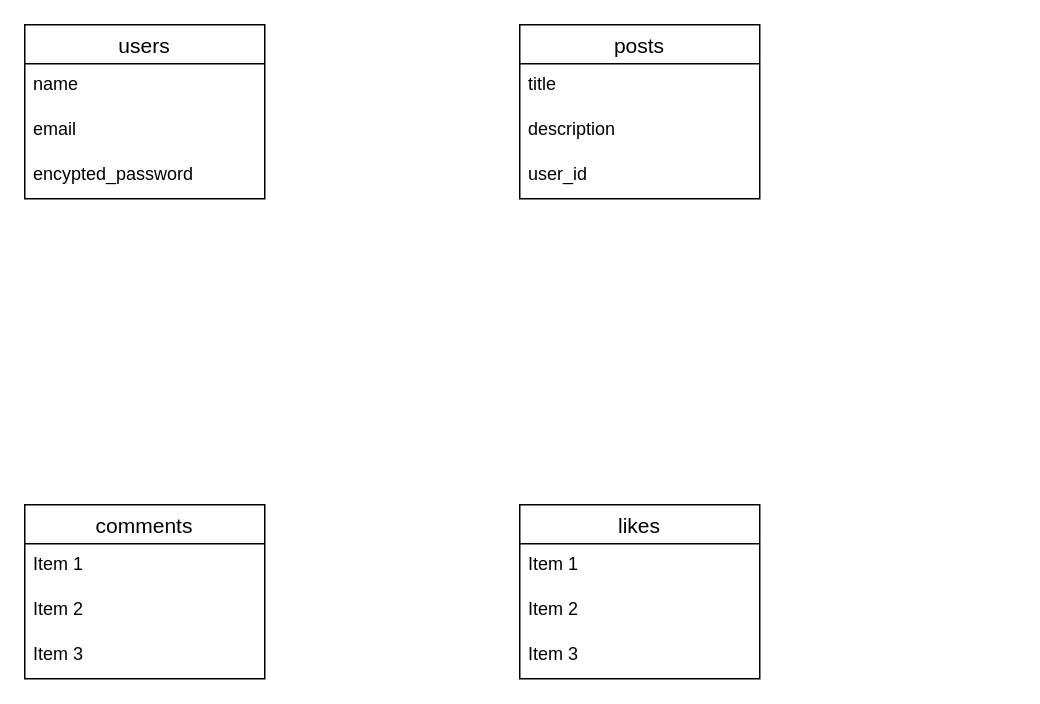
Before: column_check.dio in hayato-lang/column-check, a draw.io diagram. Source tidied: cells renumbered, new cells numbered last; positions are measured from the earlier drawing's top-left corner, leaving out a move shared by most shapes. Both pictures are drawn from the tidied source at 150%, with x=0, y=0 at pixel (24, 24).
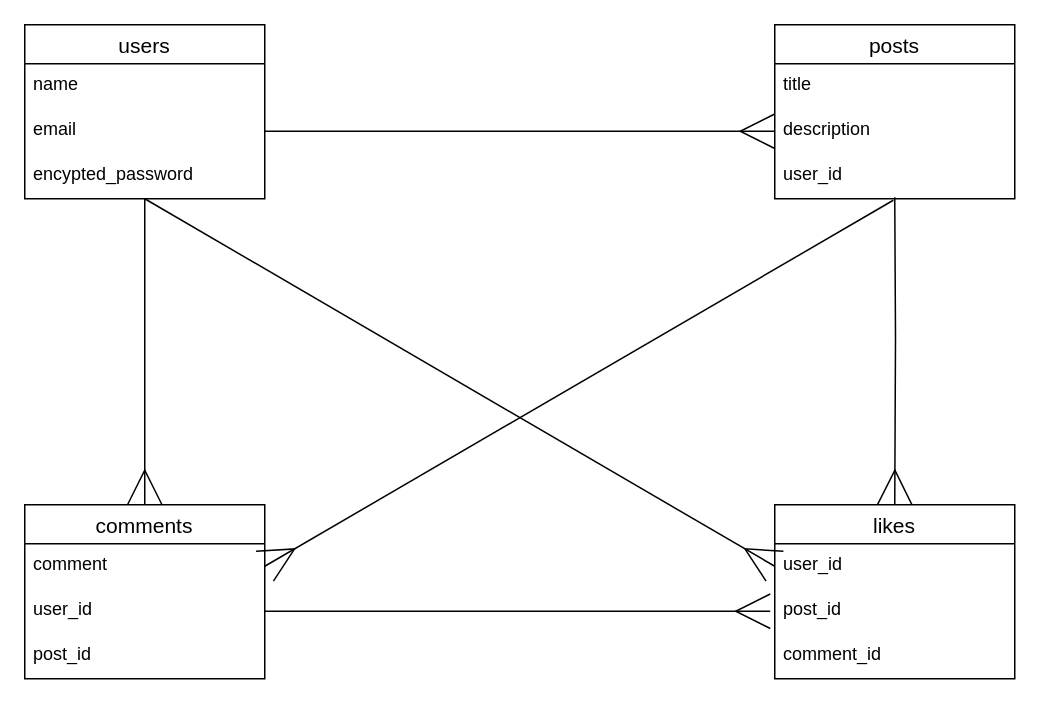
The same page after the edit.

Unchanged cells that the change refers to:
```xml
<mxCell id="6" value="comments" style="swimlane;fontStyle=0;horizontal=1;startSize=26;align=center;fontSize=14;" parent="1" vertex="1">
  <mxGeometry y="320" width="160" height="116" as="geometry" />
</mxCell>
<mxCell id="12" value="description" style="text;strokeColor=none;fillColor=none;spacingLeft=4;spacingRight=4;overflow=hidden;points=[[0,0.5],[1,0.5]];portConstraint=eastwest;fontSize=12;" parent="10" vertex="1">
  <mxGeometry y="56" width="160" height="30" as="geometry" />
</mxCell>
<mxCell id="13" value="user_id" style="text;strokeColor=none;fillColor=none;spacingLeft=4;spacingRight=4;overflow=hidden;points=[[0,0.5],[1,0.5]];portConstraint=eastwest;fontSize=12;" parent="10" vertex="1">
  <mxGeometry y="86" width="160" height="30" as="geometry" />
</mxCell>
<mxCell id="14" value="users" style="swimlane;fontStyle=0;horizontal=1;startSize=26;align=center;fontSize=14;" parent="1" vertex="1">
  <mxGeometry width="160" height="116" as="geometry" />
</mxCell>
<mxCell id="16" value="email" style="text;strokeColor=none;fillColor=none;spacingLeft=4;spacingRight=4;overflow=hidden;points=[[0,0.5],[1,0.5]];portConstraint=eastwest;fontSize=12;" parent="14" vertex="1">
  <mxGeometry y="56" width="160" height="30" as="geometry" />
</mxCell>
<mxCell id="17" value="encypted_password" style="text;strokeColor=none;fillColor=none;spacingLeft=4;spacingRight=4;overflow=hidden;points=[[0,0.5],[1,0.5]];portConstraint=eastwest;fontSize=12;" parent="14" vertex="1">
  <mxGeometry y="86" width="160" height="30" as="geometry" />
</mxCell>
```

The edit, as a diff of the source:
```diff
@@
+    <mxCell id="18" style="edgeStyle=orthogonalEdgeStyle;rounded=0;jettySize=auto;html=1;entryX=0.5;entryY=0;entryDx=0;entryDy=0;endArrow=ERmany;endFill=0;endSize=21;" parent="1" edge="1" target="2">
+      <mxGeometry relative="1" as="geometry">
+        <mxPoint x="580" y="115" as="sourcePoint" />
+      </mxGeometry>
+    </mxCell>
     <mxCell id="2" value="likes" style="swimlane;fontStyle=0;horizontal=1;startSize=26;align=center;fontSize=14;" parent="1" vertex="1">
-      <mxGeometry x="330" y="320" width="160" height="116" as="geometry" />
+      <mxGeometry x="500" y="320" width="160" height="116" as="geometry" />
     </mxCell>
-    <mxCell id="3" value="Item 1" style="text;strokeColor=none;fillColor=none;spacingLeft=4;spacingRight=4;overflow=hidden;points=[[0,0.5],[1,0.5]];portConstraint=eastwest;fontSize=12;" parent="2" vertex="1">
+    <mxCell id="3" value="user_id" style="text;strokeColor=none;fillColor=none;spacingLeft=4;spacingRight=4;overflow=hidden;points=[[0,0.5],[1,0.5]];portConstraint=eastwest;fontSize=12;" parent="2" vertex="1">
       <mxGeometry y="26" width="160" height="30" as="geometry" />
     </mxCell>
-    <mxCell id="4" value="Item 2" style="text;strokeColor=none;fillColor=none;spacingLeft=4;spacingRight=4;overflow=hidden;fontSize=12;" parent="2" vertex="1">
+    <mxCell id="4" value="post_id" style="text;strokeColor=none;fillColor=none;spacingLeft=4;spacingRight=4;overflow=hidden;fontSize=12;" parent="2" vertex="1">
       <mxGeometry y="56" width="160" height="30" as="geometry" />
     </mxCell>
-    <mxCell id="5" value="Item 3" style="text;strokeColor=none;fillColor=none;spacingLeft=4;spacingRight=4;overflow=hidden;fontSize=12;" parent="2" vertex="1">
+    <mxCell id="5" value="comment_id" style="text;strokeColor=none;fillColor=none;spacingLeft=4;spacingRight=4;overflow=hidden;fontSize=12;" parent="2" vertex="1">
       <mxGeometry y="86" width="160" height="30" as="geometry" />
     </mxCell>
@@
-    <mxCell id="7" value="Item 1" style="text;strokeColor=none;fillColor=none;spacingLeft=4;spacingRight=4;overflow=hidden;points=[[0,0.5],[1,0.5]];portConstraint=eastwest;fontSize=12;" parent="6" vertex="1">
+    <mxCell id="7" value="comment" style="text;strokeColor=none;fillColor=none;spacingLeft=4;spacingRight=4;overflow=hidden;points=[[0,0.5],[1,0.5]];portConstraint=eastwest;fontSize=12;" parent="6" vertex="1">
       <mxGeometry y="26" width="160" height="30" as="geometry" />
     </mxCell>
-    <mxCell id="8" value="Item 2" style="text;strokeColor=none;fillColor=none;spacingLeft=4;spacingRight=4;overflow=hidden;points=[[0,0.5],[1,0.5]];portConstraint=eastwest;fontSize=12;" parent="6" vertex="1">
+    <mxCell id="8" value="user_id" style="text;strokeColor=none;fillColor=none;spacingLeft=4;spacingRight=4;overflow=hidden;points=[[0,0.5],[1,0.5]];portConstraint=eastwest;fontSize=12;" parent="6" vertex="1">
       <mxGeometry y="56" width="160" height="30" as="geometry" />
     </mxCell>
-    <mxCell id="9" value="Item 3" style="text;strokeColor=none;fillColor=none;spacingLeft=4;spacingRight=4;overflow=hidden;fontSize=12;" parent="6" vertex="1">
+    <mxCell id="9" value="post_id" style="text;strokeColor=none;fillColor=none;spacingLeft=4;spacingRight=4;overflow=hidden;fontSize=12;" parent="6" vertex="1">
       <mxGeometry y="86" width="160" height="30" as="geometry" />
     </mxCell>
     <mxCell id="10" value="posts" style="swimlane;fontStyle=0;horizontal=1;startSize=26;align=center;fontSize=14;" parent="1" vertex="1">
-      <mxGeometry x="330" width="160" height="116" as="geometry" />
+      <mxGeometry x="500" width="160" height="116" as="geometry" />
     </mxCell>
@@
+    <mxCell id="19" style="edgeStyle=orthogonalEdgeStyle;rounded=0;jettySize=auto;html=1;entryX=0.5;entryY=0;entryDx=0;entryDy=0;endSize=21;endArrow=ERmany;endFill=0;" parent="1" edge="1" source="14" target="6">
+      <mxGeometry relative="1" as="geometry" />
+    </mxCell>
@@
+    <mxCell id="20" style="edgeStyle=orthogonalEdgeStyle;rounded=0;jettySize=auto;html=1;exitX=1;exitY=0.5;exitDx=0;exitDy=0;entryX=0;entryY=0.5;entryDx=0;entryDy=0;endArrow=ERmany;endFill=0;endSize=21;" parent="1" edge="1" source="16" target="12">
+      <mxGeometry relative="1" as="geometry" />
+    </mxCell>
+    <mxCell id="21" style="edgeStyle=orthogonalEdgeStyle;rounded=0;jettySize=auto;html=1;exitX=1;exitY=0.5;exitDx=0;exitDy=0;endSize=21;endArrow=ERmany;endFill=0;" parent="1" edge="1" source="8">
+      <mxGeometry relative="1" as="geometry">
+        <mxPoint x="497" y="391" as="targetPoint" />
+      </mxGeometry>
+    </mxCell>
+    <mxCell id="22" style="edgeStyle=none;rounded=0;jettySize=auto;html=1;entryX=0;entryY=0.5;entryDx=0;entryDy=0;exitX=0.5;exitY=1;exitDx=0;exitDy=0;exitPerimeter=0;endArrow=ERmany;endFill=0;endSize=21;targetPerimeterSpacing=-13;" parent="1" edge="1" source="17" target="3">
+      <mxGeometry relative="1" as="geometry" />
+    </mxCell>
+    <mxCell id="23" style="edgeStyle=none;rounded=0;jettySize=auto;html=1;entryX=1;entryY=0.5;entryDx=0;entryDy=0;exitX=0.494;exitY=1.033;exitDx=0;exitDy=0;exitPerimeter=0;endSize=21;endArrow=ERmany;endFill=0;" parent="1" edge="1" source="13" target="7">
+      <mxGeometry relative="1" as="geometry" />
+    </mxCell>
```
